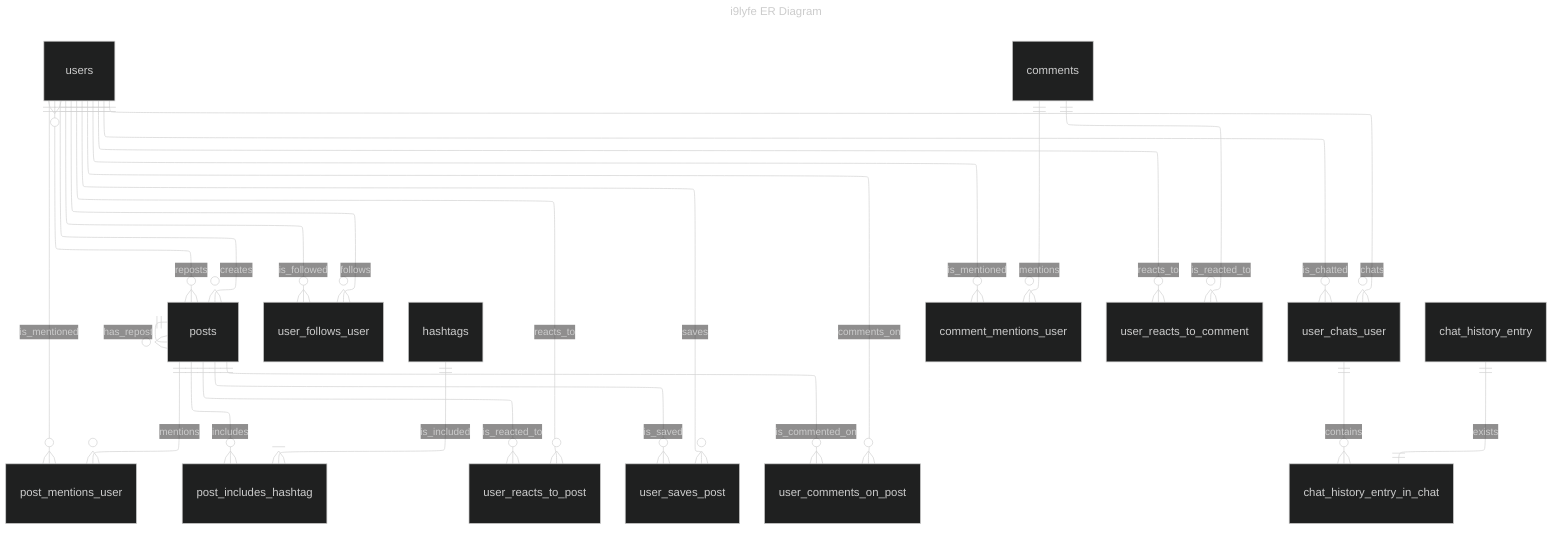
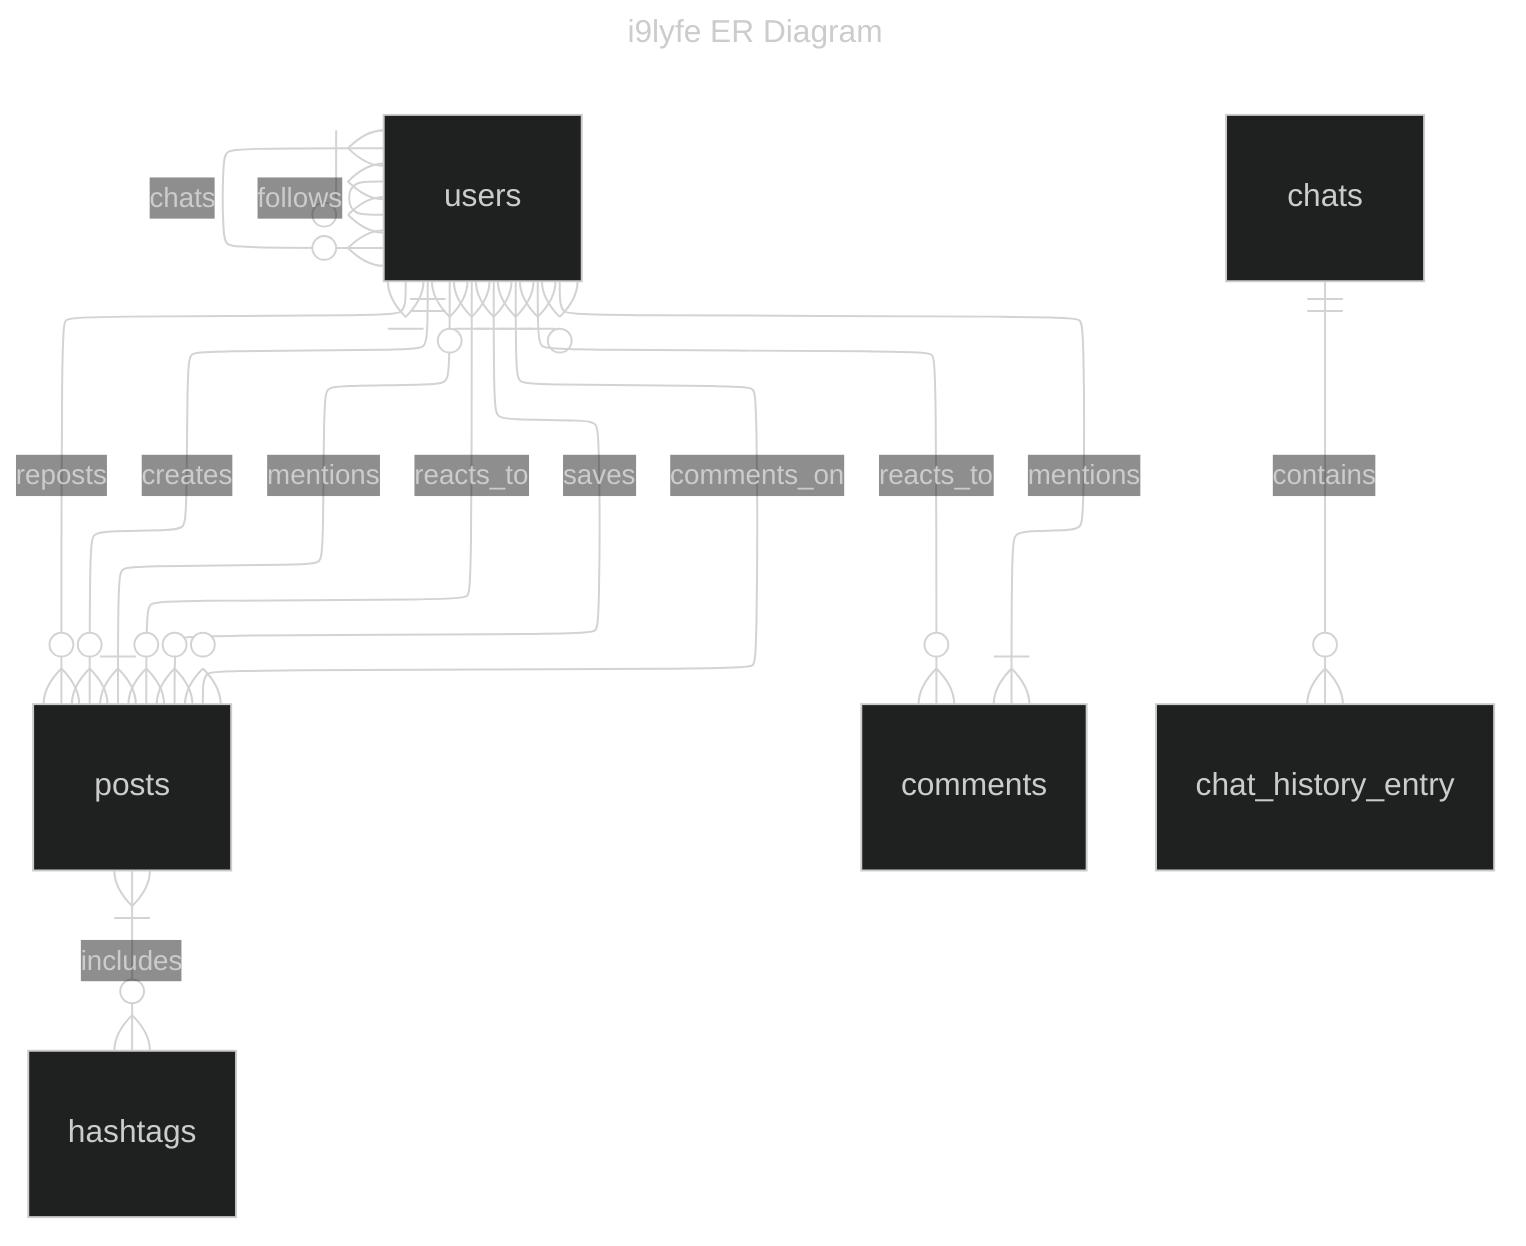
---
title: i9lyfe ER Diagram
config:
    layout: elk
    theme: dark
---
erDiagram
    users ||--o{ posts : creates

-     users ||--o{ user_follows_user : follows
-     users ||--o{ user_follows_user : is_followed
+     users }|--o{ users: follows

-     posts ||--o{ post_mentions_user : mentions
-     users ||--o{ post_mentions_user : is_mentioned
+     posts }|--o{ users: mentions

-     posts ||--o{ post_includes_hashtag : includes
-     hashtags ||--|{ post_includes_hashtag : is_included
+     posts }|--o{ hashtags: includes

-     users ||--o{ user_reacts_to_post: reacts_to
-     posts ||--o{ user_reacts_to_post: is_reacted_to
+     users }|--o{ posts: reacts_to

-     users ||--o{ user_saves_post: saves
-     posts ||--o{ user_saves_post: is_saved
+     users }|--o{ posts: saves

-     users ||--o{ user_comments_on_post: comments_on
-     posts ||--o{ user_comments_on_post: is_commented_on
+     users }|--o{ posts: comments_on

-     comments ||--o{ comment_mentions_user : mentions
-     users ||--o{ comment_mentions_user : is_mentioned
+     comments }|--o{ users: mentions

-     users ||--o{ user_reacts_to_comment: reacts_to
-     comments ||--o{ user_reacts_to_comment: is_reacted_to
+     users }|--o{ comments: reacts_to

-     users }o--o{ posts : reposts
-     posts ||--o{ posts : has_repost
+     users }|--o{ posts: reposts

-     users ||--o{ user_chats_user : chats
-     users ||--o{ user_chats_user : is_chatted
+     users }|--o{ users: chats

-     user_chats_user ||--o{ chat_history_entry_in_chat : contains
-     chat_history_entry ||--|| chat_history_entry_in_chat : exists
+     chats ||--o{ chat_history_entry: contains
